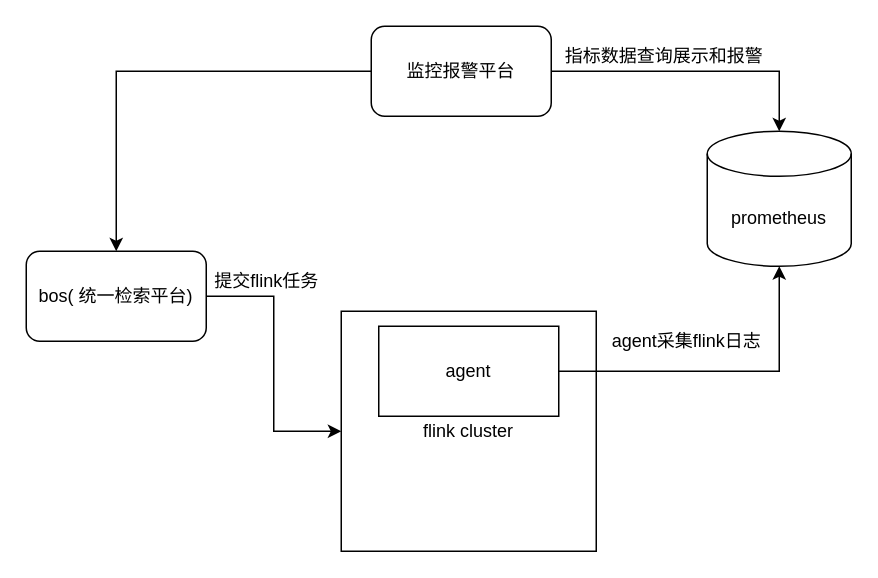
Before: bos监控链路数据.drawio in yindongjun/drawio-3, a draw.io diagram. Source tidied: cells renumbered, new cells numbered last; positions are measured from the earlier drawing's top-left corner, leaving out a move shared by most shapes. Both pictures are drawn from the tidied source at 150%, with x=0, y=0 at pixel (26, 26).
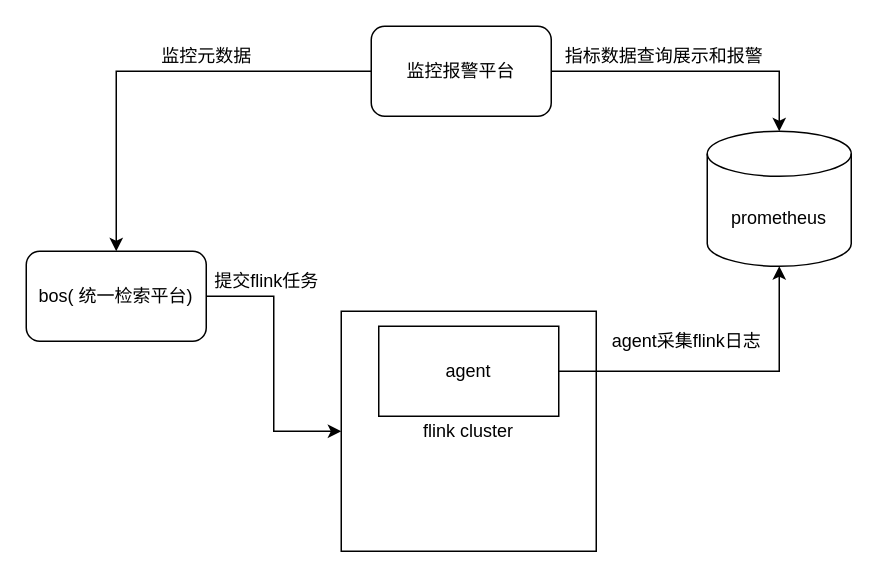
The same diagram, later.

Commit message (it also covers changes not shown here):
Update bos监控链路数据.drawio

Diff of the diagram source:
```diff
@@
 <mxGraphModel>
   <root>
     <mxCell id="0" />
     <mxCell id="1" parent="0" />
     <mxCell id="2" value="flink cluster" style="rounded=0;whiteSpace=wrap;html=1;" parent="1" vertex="1">
       <mxGeometry x="210" y="190" width="170" height="160" as="geometry" />
     </mxCell>
     <mxCell id="3" value="prometheus" style="shape=cylinder3;whiteSpace=wrap;html=1;boundedLbl=1;backgroundOutline=1;size=15;" parent="1" vertex="1">
       <mxGeometry x="454" y="70" width="96" height="90" as="geometry" />
     </mxCell>
     <mxCell id="4" style="edgeStyle=orthogonalEdgeStyle;rounded=0;jettySize=auto;html=1;entryX=0.5;entryY=0;entryDx=0;entryDy=0;entryPerimeter=0;" parent="1" edge="1" source="6" target="3">
       <mxGeometry relative="1" as="geometry" />
     </mxCell>
     <mxCell id="5" style="edgeStyle=orthogonalEdgeStyle;rounded=0;jettySize=auto;html=1;entryX=0.5;entryY=0;entryDx=0;entryDy=0;" parent="1" edge="1" source="6" target="10">
       <mxGeometry relative="1" as="geometry" />
     </mxCell>
     <mxCell id="6" value="监控报警平台" style="rounded=1;whiteSpace=wrap;html=1;" parent="1" vertex="1">
       <mxGeometry x="230" width="120" height="60" as="geometry" />
     </mxCell>
     <mxCell id="7" style="edgeStyle=orthogonalEdgeStyle;rounded=0;jettySize=auto;html=1;" parent="1" edge="1" source="8" target="3">
       <mxGeometry relative="1" as="geometry" />
     </mxCell>
     <mxCell id="8" value="agent" style="rounded=0;whiteSpace=wrap;html=1;" parent="1" vertex="1">
       <mxGeometry x="235" y="200" width="120" height="60" as="geometry" />
     </mxCell>
     <mxCell id="9" style="edgeStyle=orthogonalEdgeStyle;rounded=0;jettySize=auto;html=1;entryX=0;entryY=0.5;entryDx=0;entryDy=0;" parent="1" edge="1" source="10" target="2">
       <mxGeometry relative="1" as="geometry" />
     </mxCell>
     <mxCell id="10" value="bos( 统一检索平台)" style="rounded=1;whiteSpace=wrap;html=1;" parent="1" vertex="1">
       <mxGeometry y="150" width="120" height="60" as="geometry" />
     </mxCell>
     <mxCell id="11" value="提交flink任务" style="text;html=1;align=center;verticalAlign=middle;strokeColor=none;fillColor=none;" parent="1" vertex="1">
       <mxGeometry x="120" y="160" width="80" height="20" as="geometry" />
     </mxCell>
     <mxCell id="12" value="agent采集flink日志" style="text;html=1;align=center;verticalAlign=middle;strokeColor=none;fillColor=none;" parent="1" vertex="1">
       <mxGeometry x="385" y="200" width="110" height="20" as="geometry" />
     </mxCell>
     <mxCell id="13" value="指标数据查询展示和报警" style="text;html=1;align=center;verticalAlign=middle;strokeColor=none;fillColor=none;" parent="1" vertex="1">
       <mxGeometry x="350" y="10" width="150" height="20" as="geometry" />
     </mxCell>
+    <mxCell id="14" value="监控元数据" style="text;html=1;align=center;verticalAlign=middle;strokeColor=none;fillColor=none;" parent="1" vertex="1">
+      <mxGeometry x="80" y="10" width="80" height="20" as="geometry" />
+    </mxCell>
   </root>
 </mxGraphModel>
```
